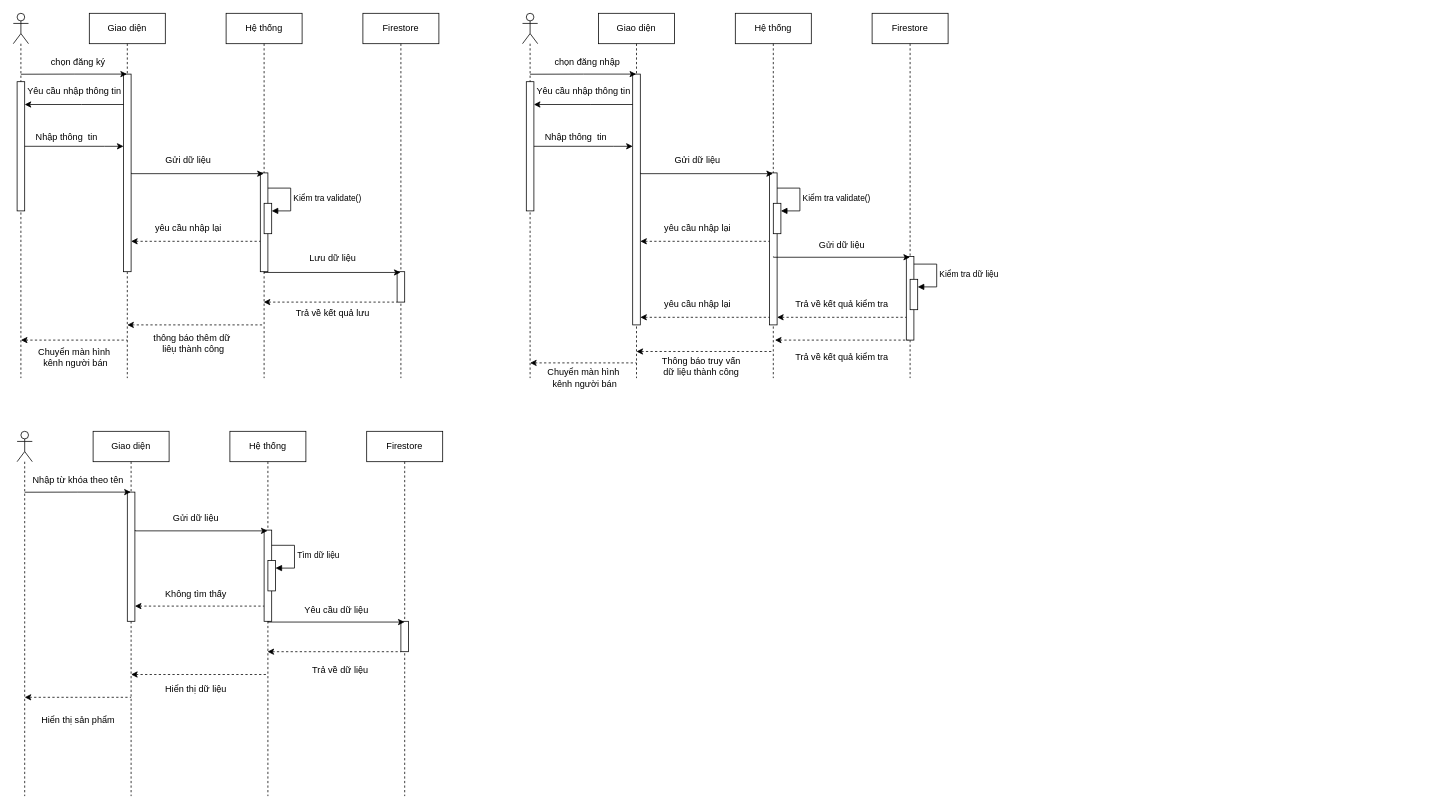
Earlier version of the draw.io diagram Biểu đồ không có tiêu đề.drawio (nhuthinh0258/Usecase). Source tidied: cells renumbered, new cells numbered last; positions are measured from the earlier drawing's top-left corner, leaving out a move shared by most shapes. Both pictures are drawn from the tidied source at 76%, with x=0, y=0 at pixel (13, 13).
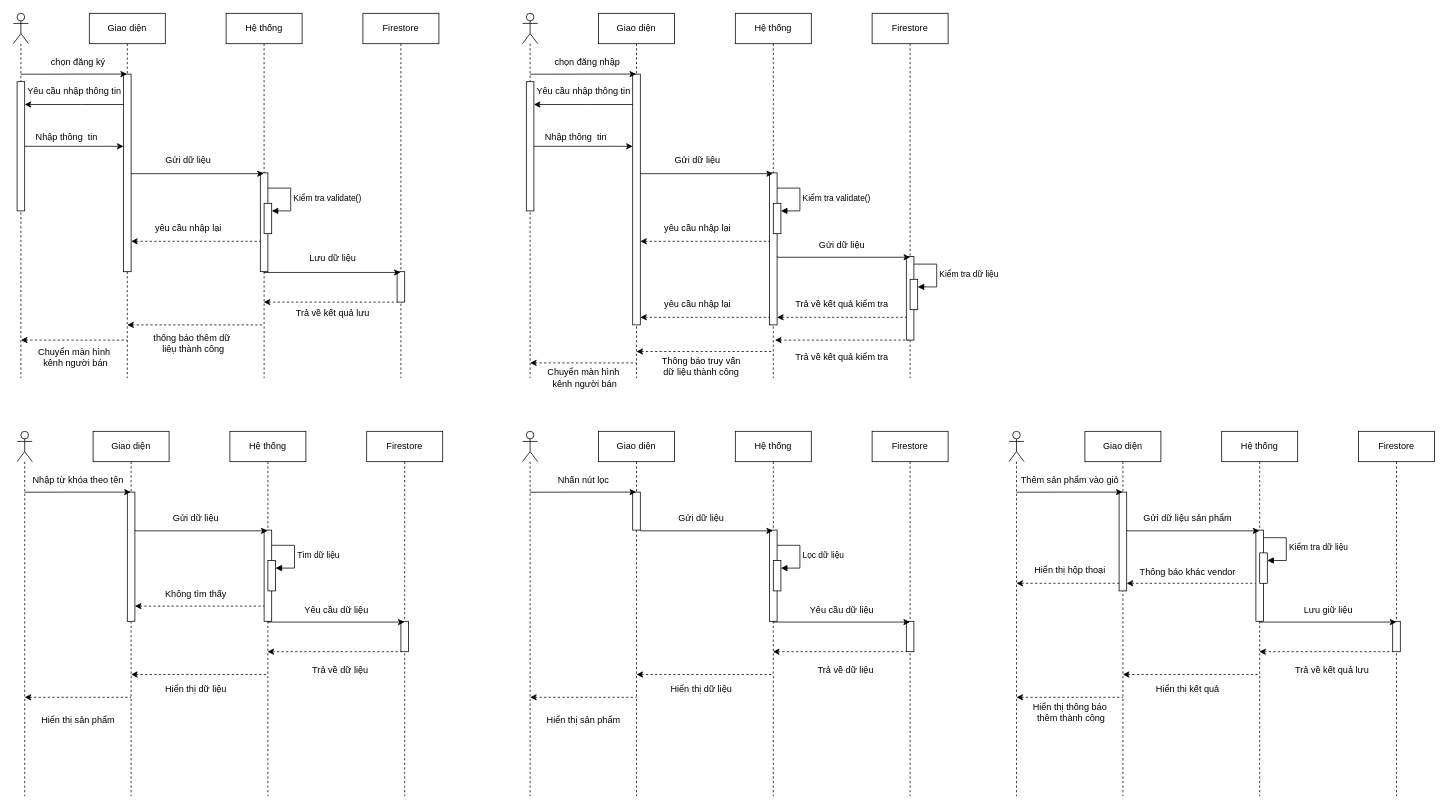
The same diagram, later.

Commit message:
Cập nhật Biểu đồ không có tiêu đề.drawio

The edit, as a diff of the source:
```diff
@@
     <mxCell id="52" style="edgeStyle=orthogonalEdgeStyle;rounded=0;orthogonalLoop=1;jettySize=auto;html=1;curved=0;" parent="1" edge="1">
       <mxGeometry relative="1" as="geometry">
-        <mxPoint x="1000.2" y="320" as="sourcePoint" />
-        <mxPoint x="1179.8" y="321" as="targetPoint" />
+        <mxPoint x="1005.2" y="320" as="sourcePoint" />
+        <mxPoint x="1180" y="321" as="targetPoint" />
         <Array as="points">
-          <mxPoint x="1000.2" y="321" />
+          <mxPoint x="1005.2" y="321" />
         </Array>
       </mxGeometry>
     </mxCell>
@@
+    <mxCell id="87" value="Giao diện" style="shape=umlLifeline;perimeter=lifelinePerimeter;whiteSpace=wrap;html=1;outlineConnect=0;portConstraint=eastwest;newEdgeStyle={&quot;edgeStyle&quot;:&quot;elbowEdgeStyle&quot;,&quot;elbow&quot;:&quot;vertical&quot;,&quot;curved&quot;:0,&quot;rounded&quot;:0};" parent="1" vertex="1">
+      <mxGeometry x="770" y="550" width="100" height="480" as="geometry" />
+    </mxCell>
+    <mxCell id="88" style="html=1;perimeter=orthogonalPerimeter;targetShapes=umlLifeline;newEdgeStyle={&quot;curved&quot;:0,&quot;rounded&quot;:0};" parent="87" vertex="1">
+      <mxGeometry x="45" y="80" width="10" height="50" as="geometry" />
+    </mxCell>
+    <mxCell id="89" value="Hệ thống" style="shape=umlLifeline;perimeter=lifelinePerimeter;whiteSpace=wrap;html=1;newEdgeStyle={&quot;edgeStyle&quot;:&quot;elbowEdgeStyle&quot;,&quot;elbow&quot;:&quot;vertical&quot;,&quot;curved&quot;:0,&quot;rounded&quot;:0};" parent="1" vertex="1">
+      <mxGeometry x="950" y="550" width="100" height="480" as="geometry" />
+    </mxCell>
+    <mxCell id="90" style="html=1;perimeter=orthogonalPerimeter;targetShapes=umlLifeline;newEdgeStyle={&quot;curved&quot;:0,&quot;rounded&quot;:0};" parent="89" vertex="1">
+      <mxGeometry x="45" y="130" width="10" height="120" as="geometry" />
+    </mxCell>
+    <mxCell id="91" style="html=1;points=[[0,0,0,0,5],[0,1,0,0,-5],[1,0,0,0,5],[1,1,0,0,-5]];perimeter=orthogonalPerimeter;outlineConnect=0;targetShapes=umlLifeline;portConstraint=eastwest;newEdgeStyle={&quot;curved&quot;:0,&quot;rounded&quot;:0};" parent="89" vertex="1">
+      <mxGeometry x="50" y="170" width="10" height="40" as="geometry" />
+    </mxCell>
+    <mxCell id="92" value="Lọc dữ liệu" style="html=1;align=left;spacingLeft=2;endArrow=block;rounded=0;edgeStyle=orthogonalEdgeStyle;curved=0;rounded=0;" parent="89" edge="1" target="91">
+      <mxGeometry relative="1" as="geometry">
+        <mxPoint x="55" y="150" as="sourcePoint" />
+        <Array as="points">
+          <mxPoint x="85" y="180" />
+        </Array>
+      </mxGeometry>
+    </mxCell>
+    <mxCell id="93" value="Firestore" style="shape=umlLifeline;perimeter=lifelinePerimeter;whiteSpace=wrap;html=1;newEdgeStyle={&quot;edgeStyle&quot;:&quot;elbowEdgeStyle&quot;,&quot;elbow&quot;:&quot;vertical&quot;,&quot;curved&quot;:0,&quot;rounded&quot;:0};" parent="1" vertex="1">
+      <mxGeometry x="1130" y="550" width="100" height="480" as="geometry" />
+    </mxCell>
+    <mxCell id="94" style="html=1;perimeter=orthogonalPerimeter;targetShapes=umlLifeline;newEdgeStyle={&quot;curved&quot;:0,&quot;rounded&quot;:0};" parent="93" vertex="1">
+      <mxGeometry x="45" y="250" width="10" height="40" as="geometry" />
+    </mxCell>
+    <mxCell id="95" style="shape=umlLifeline;perimeter=lifelinePerimeter;whiteSpace=wrap;html=1;outlineConnect=0;portConstraint=eastwest;newEdgeStyle={&quot;curved&quot;:0,&quot;rounded&quot;:0};participant=umlActor;" parent="1" vertex="1">
+      <mxGeometry x="670" y="550" width="20" height="480" as="geometry" />
+    </mxCell>
+    <mxCell id="96" style="endArrow=classic;html=1;rounded=0;exitX=0.5;exitY=0.167;exitDx=0;exitDy=0;exitPerimeter=0;" parent="1" edge="1" source="95" target="87">
+      <mxGeometry relative="1" as="geometry">
+        <Array as="points">
+          <mxPoint x="750" y="630" />
+        </Array>
+      </mxGeometry>
+    </mxCell>
+    <mxCell id="97" value="Nhấn nút lọc" style="text;html=1;align=center;verticalAlign=middle;strokeColor=none;fillColor=none;" parent="1" vertex="1">
+      <mxGeometry x="705" y="600" width="90" height="30" as="geometry" />
+    </mxCell>
+    <mxCell id="98" style="edgeStyle=orthogonalEdgeStyle;rounded=0;orthogonalLoop=1;jettySize=auto;html=1;curved=0;" parent="1" edge="1">
+      <mxGeometry relative="1" as="geometry">
+        <mxPoint x="825.5" y="680" as="sourcePoint" />
+        <mxPoint x="999.5" y="681" as="targetPoint" />
+        <Array as="points">
+          <mxPoint x="826" y="681" />
+        </Array>
+      </mxGeometry>
+    </mxCell>
+    <mxCell id="99" value="Gửi dữ liệu" style="text;html=1;align=center;verticalAlign=middle;strokeColor=none;fillColor=none;" parent="1" vertex="1">
+      <mxGeometry x="865" y="650" width="80" height="30" as="geometry" />
+    </mxCell>
+    <mxCell id="100" style="edgeStyle=orthogonalEdgeStyle;rounded=0;orthogonalLoop=1;jettySize=auto;html=1;curved=0;" parent="1" edge="1">
+      <mxGeometry relative="1" as="geometry">
+        <mxPoint x="1000.2" y="800" as="sourcePoint" />
+        <mxPoint x="1179.8" y="801" as="targetPoint" />
+        <Array as="points">
+          <mxPoint x="1000.2" y="801" />
+        </Array>
+      </mxGeometry>
+    </mxCell>
+    <mxCell id="101" value="Yêu cầu dữ liệu" style="text;html=1;align=center;verticalAlign=middle;strokeColor=none;fillColor=none;" parent="1" vertex="1">
+      <mxGeometry x="1035" y="770" width="110" height="30" as="geometry" />
+    </mxCell>
+    <mxCell id="102" style="endArrow=none;html=1;rounded=0;startArrow=classic;startFill=1;endFill=0;dashed=1;" parent="1" edge="1">
+      <mxGeometry relative="1" as="geometry">
+        <mxPoint x="999.5" y="840" as="sourcePoint" />
+        <mxPoint x="1175" y="840" as="targetPoint" />
+        <Array as="points">
+          <mxPoint x="1115" y="840" />
+        </Array>
+      </mxGeometry>
+    </mxCell>
+    <mxCell id="103" value="Trả về dữ liệu" style="text;html=1;align=center;verticalAlign=middle;strokeColor=none;fillColor=none;" parent="1" vertex="1">
+      <mxGeometry x="1045" y="850" width="100" height="30" as="geometry" />
+    </mxCell>
+    <mxCell id="104" style="endArrow=none;html=1;rounded=0;startArrow=classic;startFill=1;endFill=0;dashed=1;" parent="1" edge="1">
+      <mxGeometry relative="1" as="geometry">
+        <mxPoint x="820" y="870" as="sourcePoint" />
+        <mxPoint x="999.5" y="870" as="targetPoint" />
+        <Array as="points">
+          <mxPoint x="927.5" y="870" />
+        </Array>
+      </mxGeometry>
+    </mxCell>
+    <mxCell id="105" value="&lt;p style=&quot;line-height: 10%;&quot;&gt;Hiển thị dữ liệu&lt;/p&gt;" style="text;html=1;align=center;verticalAlign=middle;strokeColor=none;fillColor=none;" parent="1" vertex="1">
+      <mxGeometry x="855" y="870" width="100" height="40" as="geometry" />
+    </mxCell>
+    <mxCell id="106" style="endArrow=none;html=1;rounded=0;startArrow=classic;startFill=1;endFill=0;dashed=1;" parent="1" edge="1">
+      <mxGeometry relative="1" as="geometry">
+        <mxPoint x="680" y="900" as="sourcePoint" />
+        <mxPoint x="820" y="900" as="targetPoint" />
+        <Array as="points">
+          <mxPoint x="760" y="900" />
+        </Array>
+      </mxGeometry>
+    </mxCell>
+    <mxCell id="107" value="Hiển thị sản phẩm" style="text;html=1;align=center;verticalAlign=middle;strokeColor=none;fillColor=none;" parent="1" vertex="1">
+      <mxGeometry x="690" y="915" width="120" height="30" as="geometry" />
+    </mxCell>
+    <mxCell id="108" value="Giao diện" style="shape=umlLifeline;perimeter=lifelinePerimeter;whiteSpace=wrap;html=1;outlineConnect=0;portConstraint=eastwest;newEdgeStyle={&quot;edgeStyle&quot;:&quot;elbowEdgeStyle&quot;,&quot;elbow&quot;:&quot;vertical&quot;,&quot;curved&quot;:0,&quot;rounded&quot;:0};" parent="1" vertex="1">
+      <mxGeometry x="1410" y="550" width="100" height="480" as="geometry" />
+    </mxCell>
+    <mxCell id="109" style="html=1;perimeter=orthogonalPerimeter;targetShapes=umlLifeline;newEdgeStyle={&quot;curved&quot;:0,&quot;rounded&quot;:0};" parent="108" vertex="1">
+      <mxGeometry x="45" y="80" width="10" height="130" as="geometry" />
+    </mxCell>
+    <mxCell id="110" value="Hệ thống" style="shape=umlLifeline;perimeter=lifelinePerimeter;whiteSpace=wrap;html=1;newEdgeStyle={&quot;edgeStyle&quot;:&quot;elbowEdgeStyle&quot;,&quot;elbow&quot;:&quot;vertical&quot;,&quot;curved&quot;:0,&quot;rounded&quot;:0};" parent="1" vertex="1">
+      <mxGeometry x="1590" y="550" width="100" height="480" as="geometry" />
+    </mxCell>
+    <mxCell id="111" style="html=1;perimeter=orthogonalPerimeter;targetShapes=umlLifeline;newEdgeStyle={&quot;curved&quot;:0,&quot;rounded&quot;:0};" parent="110" vertex="1">
+      <mxGeometry x="45" y="130" width="10" height="120" as="geometry" />
+    </mxCell>
+    <mxCell id="112" style="html=1;points=[[0,0,0,0,5],[0,1,0,0,-5],[1,0,0,0,5],[1,1,0,0,-5]];perimeter=orthogonalPerimeter;outlineConnect=0;targetShapes=umlLifeline;portConstraint=eastwest;newEdgeStyle={&quot;curved&quot;:0,&quot;rounded&quot;:0};" parent="110" vertex="1">
+      <mxGeometry x="50" y="160" width="10" height="40" as="geometry" />
+    </mxCell>
+    <mxCell id="113" value="Kiểm tra dữ liệu" style="html=1;align=left;spacingLeft=2;endArrow=block;rounded=0;edgeStyle=orthogonalEdgeStyle;curved=0;rounded=0;" parent="110" edge="1" target="112">
+      <mxGeometry relative="1" as="geometry">
+        <mxPoint x="55" y="140" as="sourcePoint" />
+        <Array as="points">
+          <mxPoint x="85" y="170" />
+        </Array>
+      </mxGeometry>
+    </mxCell>
+    <mxCell id="114" value="Firestore" style="shape=umlLifeline;perimeter=lifelinePerimeter;whiteSpace=wrap;html=1;newEdgeStyle={&quot;edgeStyle&quot;:&quot;elbowEdgeStyle&quot;,&quot;elbow&quot;:&quot;vertical&quot;,&quot;curved&quot;:0,&quot;rounded&quot;:0};" parent="1" vertex="1">
+      <mxGeometry x="1770" y="550" width="100" height="480" as="geometry" />
+    </mxCell>
+    <mxCell id="115" style="html=1;perimeter=orthogonalPerimeter;targetShapes=umlLifeline;newEdgeStyle={&quot;curved&quot;:0,&quot;rounded&quot;:0};" parent="114" vertex="1">
+      <mxGeometry x="45" y="250" width="10" height="40" as="geometry" />
+    </mxCell>
+    <mxCell id="116" style="shape=umlLifeline;perimeter=lifelinePerimeter;whiteSpace=wrap;html=1;outlineConnect=0;portConstraint=eastwest;newEdgeStyle={&quot;curved&quot;:0,&quot;rounded&quot;:0};participant=umlActor;" parent="1" vertex="1">
+      <mxGeometry x="1310" y="550" width="20" height="480" as="geometry" />
+    </mxCell>
+    <mxCell id="117" style="endArrow=classic;html=1;rounded=0;exitX=0.5;exitY=0.167;exitDx=0;exitDy=0;exitPerimeter=0;" parent="1" edge="1" source="116" target="108">
+      <mxGeometry relative="1" as="geometry">
+        <Array as="points">
+          <mxPoint x="1390" y="630" />
+        </Array>
+      </mxGeometry>
+    </mxCell>
+    <mxCell id="118" value="Thêm sản phẩm vào giỏ" style="text;html=1;align=center;verticalAlign=middle;strokeColor=none;fillColor=none;" parent="1" vertex="1">
+      <mxGeometry x="1315" y="600" width="150" height="30" as="geometry" />
+    </mxCell>
+    <mxCell id="119" style="edgeStyle=orthogonalEdgeStyle;rounded=0;orthogonalLoop=1;jettySize=auto;html=1;curved=0;" parent="1" edge="1">
+      <mxGeometry relative="1" as="geometry">
+        <mxPoint x="1465.5" y="680" as="sourcePoint" />
+        <mxPoint x="1639.5" y="681" as="targetPoint" />
+        <Array as="points">
+          <mxPoint x="1466" y="681" />
+        </Array>
+      </mxGeometry>
+    </mxCell>
+    <mxCell id="120" value="Gửi dữ liệu sản phẩm" style="text;html=1;align=center;verticalAlign=middle;strokeColor=none;fillColor=none;" parent="1" vertex="1">
+      <mxGeometry x="1475" y="650" width="140" height="30" as="geometry" />
+    </mxCell>
+    <mxCell id="121" style="edgeStyle=orthogonalEdgeStyle;rounded=0;orthogonalLoop=1;jettySize=auto;html=1;curved=0;" parent="1" edge="1">
+      <mxGeometry relative="1" as="geometry">
+        <mxPoint x="1640.2" y="800" as="sourcePoint" />
+        <mxPoint x="1819.8" y="801" as="targetPoint" />
+        <Array as="points">
+          <mxPoint x="1640.2" y="801" />
+        </Array>
+      </mxGeometry>
+    </mxCell>
+    <mxCell id="122" value="Lưu giữ liệu" style="text;html=1;align=center;verticalAlign=middle;strokeColor=none;fillColor=none;" parent="1" vertex="1">
+      <mxGeometry x="1685" y="770" width="90" height="30" as="geometry" />
+    </mxCell>
+    <mxCell id="123" style="endArrow=none;html=1;rounded=0;startArrow=classic;startFill=1;endFill=0;dashed=1;" parent="1" edge="1">
+      <mxGeometry relative="1" as="geometry">
+        <mxPoint x="1639.5" y="840" as="sourcePoint" />
+        <mxPoint x="1815" y="840" as="targetPoint" />
+        <Array as="points">
+          <mxPoint x="1755" y="840" />
+        </Array>
+      </mxGeometry>
+    </mxCell>
+    <mxCell id="124" value="Trả về kết quả lưu" style="text;html=1;align=center;verticalAlign=middle;strokeColor=none;fillColor=none;" parent="1" vertex="1">
+      <mxGeometry x="1675" y="850" width="120" height="30" as="geometry" />
+    </mxCell>
+    <mxCell id="125" style="endArrow=none;html=1;rounded=0;startArrow=classic;startFill=1;endFill=0;dashed=1;" parent="1" edge="1">
+      <mxGeometry relative="1" as="geometry">
+        <mxPoint x="1460" y="870" as="sourcePoint" />
+        <mxPoint x="1639.5" y="870" as="targetPoint" />
+        <Array as="points">
+          <mxPoint x="1567.5" y="870" />
+        </Array>
+      </mxGeometry>
+    </mxCell>
+    <mxCell id="126" value="&lt;p style=&quot;line-height: 10%;&quot;&gt;Hiển thị kết quả&lt;/p&gt;" style="text;html=1;align=center;verticalAlign=middle;strokeColor=none;fillColor=none;" parent="1" vertex="1">
+      <mxGeometry x="1490" y="870" width="110" height="40" as="geometry" />
+    </mxCell>
+    <mxCell id="127" style="endArrow=none;html=1;rounded=0;startArrow=classic;startFill=1;endFill=0;dashed=1;" parent="1" edge="1">
+      <mxGeometry relative="1" as="geometry">
+        <mxPoint x="1320" y="900" as="sourcePoint" />
+        <mxPoint x="1460" y="900" as="targetPoint" />
+        <Array as="points">
+          <mxPoint x="1400" y="900" />
+        </Array>
+      </mxGeometry>
+    </mxCell>
+    <mxCell id="128" value="Hiển thị thông báo&lt;br&gt;&amp;nbsp;thêm thành công" style="text;html=1;align=center;verticalAlign=middle;strokeColor=none;fillColor=none;" parent="1" vertex="1">
+      <mxGeometry x="1330" y="900" width="120" height="40" as="geometry" />
+    </mxCell>
+    <mxCell id="129" style="endArrow=none;html=1;rounded=0;startArrow=classic;startFill=1;endFill=0;dashed=1;" parent="1" edge="1">
+      <mxGeometry relative="1" as="geometry">
+        <mxPoint x="1465" y="750" as="sourcePoint" />
+        <mxPoint x="1634.8" y="750" as="targetPoint" />
+        <Array as="points">
+          <mxPoint x="1562.8" y="750" />
+        </Array>
+      </mxGeometry>
+    </mxCell>
+    <mxCell id="130" value="Thông báo khác vendor" style="text;html=1;align=center;verticalAlign=middle;strokeColor=none;fillColor=none;" parent="1" vertex="1">
+      <mxGeometry x="1470" y="720" width="150" height="30" as="geometry" />
+    </mxCell>
+    <mxCell id="131" style="endArrow=none;html=1;rounded=0;startArrow=classic;startFill=1;endFill=0;dashed=1;" parent="1" edge="1">
+      <mxGeometry relative="1" as="geometry">
+        <mxPoint x="1320" y="750" as="sourcePoint" />
+        <mxPoint x="1455" y="750" as="targetPoint" />
+        <Array as="points">
+          <mxPoint x="1395" y="750" />
+        </Array>
+      </mxGeometry>
+    </mxCell>
+    <mxCell id="132" value="Hiển thị hộp thoại" style="text;html=1;align=center;verticalAlign=middle;strokeColor=none;fillColor=none;" parent="1" vertex="1">
+      <mxGeometry x="1330" y="718" width="120" height="30" as="geometry" />
+    </mxCell>
```
